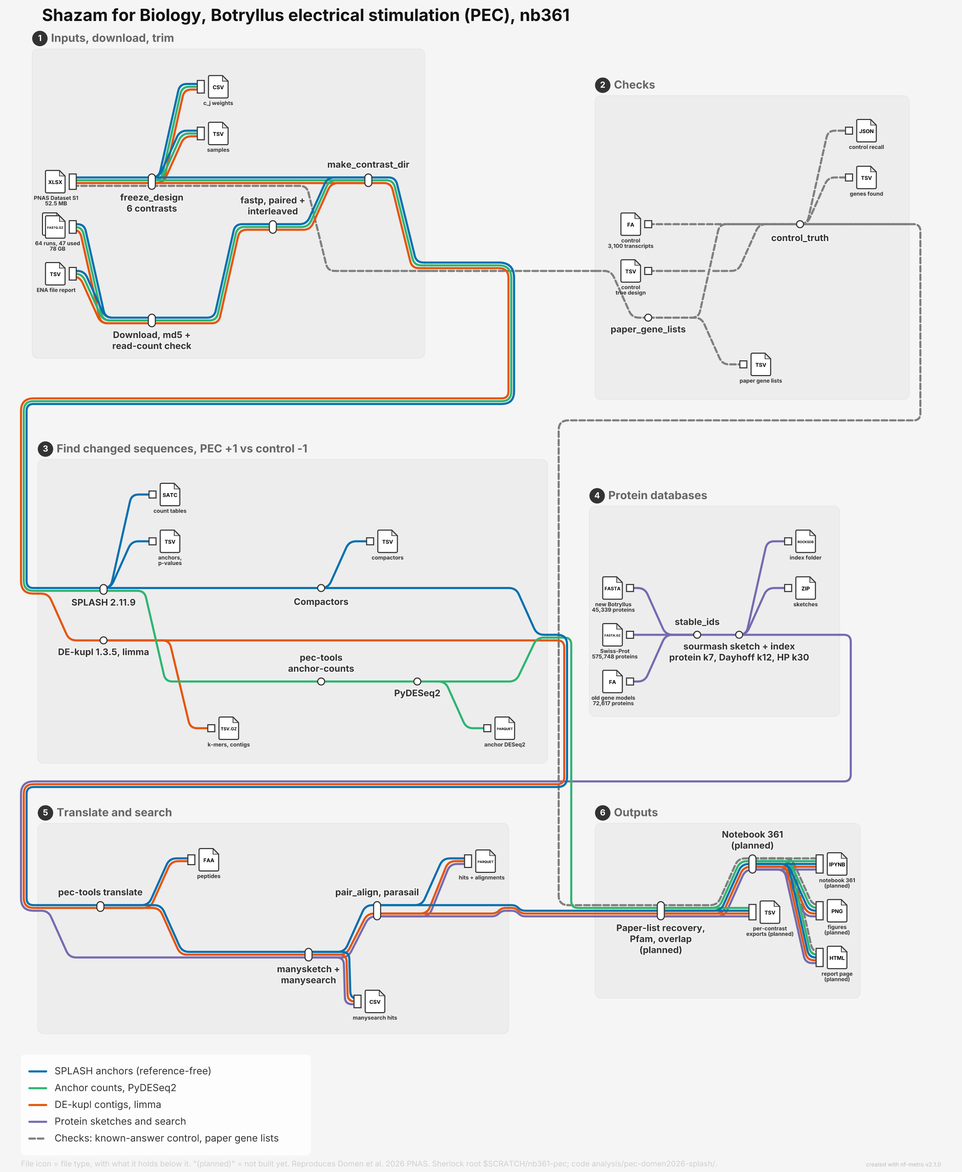
The Mermaid diagram docs/shazam-workflows/shazam_pec_nb361_metro.png in seanome/2024-kmerseek-analysis, before a commit. Its source is kept beside it as docs/shazam-workflows/shazam_pec_nb361_metro.mmd.
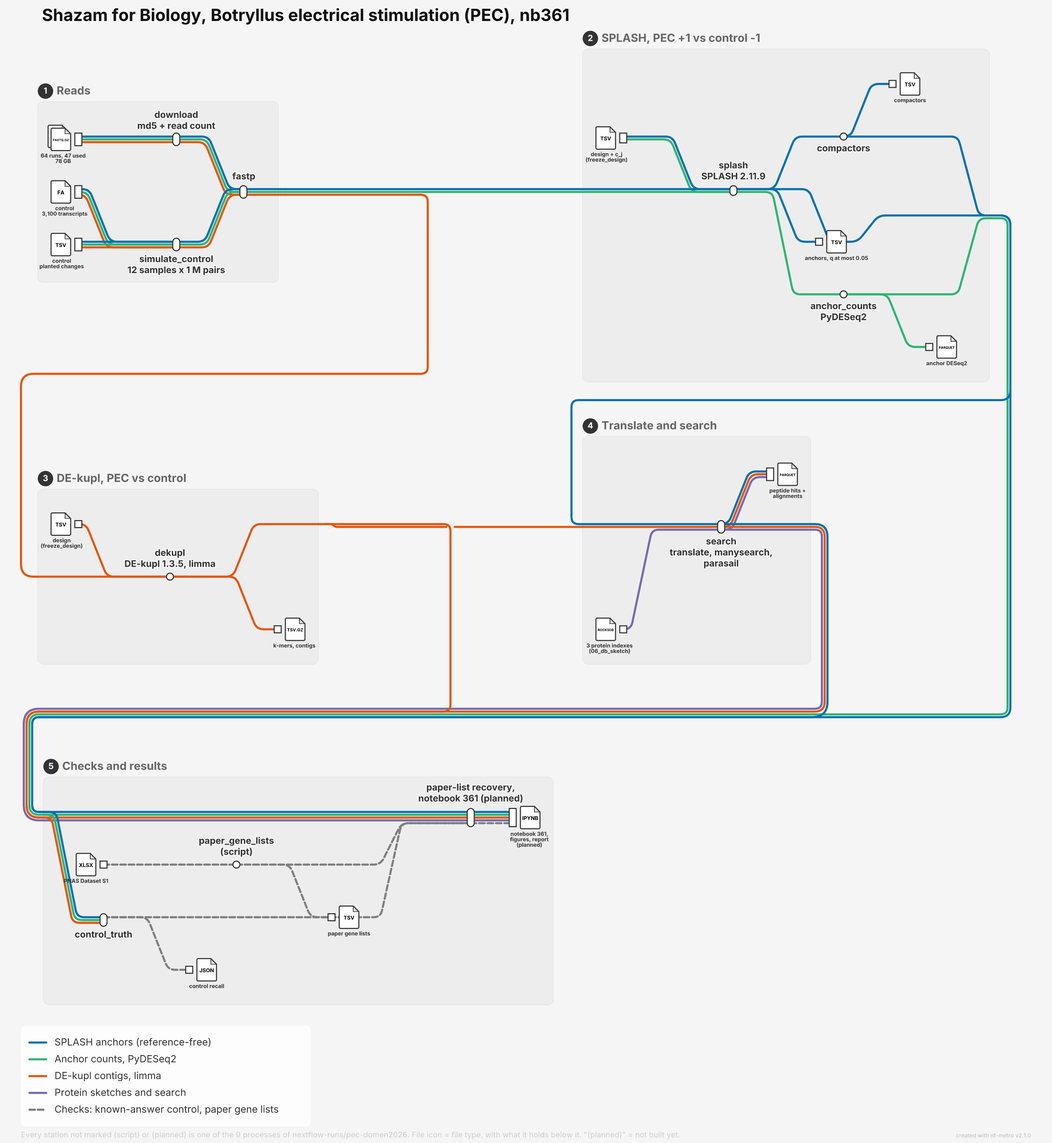
After the commit.

Commit message:
PEC nb361 metro map: one station per Nextflow process

Diff of the diagram source:
```diff
@@ -1,118 +1,78 @@
 
 graph LR
-    subgraph inputs [Inputs, download, trim]
+    subgraph reads [Reads]
         reads_in[ ]
-        ena_in[ ]
-        si_in[ ]
-        download[Download, md5 +\nread-count check]
-        freeze[freeze_design\n6 contrasts]
-        fastp[fastp, paired +\ninterleaved]
-        contrast[make_contrast_dir]
-        cjs_out[ ]
-        design_out[ ]
+        ctrlfa_in[ ]
+        ctrltsv_in[ ]
+        download[download\nmd5 + read count]
+        simulate_control[simulate_control\n12 samples x 1 M pairs]
+        fastp[fastp]
 
         reads_in -->|splash,counts,dekupl| download
-        ena_in -->|splash,counts,dekupl| download
         download -->|splash,counts,dekupl| fastp
-        si_in -->|splash,counts,dekupl,check| freeze
-        fastp -->|splash,counts,dekupl| contrast
-        freeze -->|splash,counts,dekupl| contrast
-        freeze -->|splash,counts,dekupl| cjs_out
-        freeze -->|splash,counts,dekupl| design_out
+        ctrlfa_in -->|splash,counts,dekupl| simulate_control
+        ctrltsv_in -->|splash,counts,dekupl| simulate_control
+        simulate_control -->|splash,counts,dekupl| fastp
     end
 
-    subgraph dbs [Protein databases]
-        newprot_in[ ]
-        sprot_in[ ]
-        oldprot_in[ ]
-        stableids[stable_ids]
-        sketchdb[sourmash sketch + index\nprotein k7, Dayhoff k12, HP k30]
-        zip_out[ ]
-        rocks_out[ ]
+    subgraph find [SPLASH, PEC +1 vs control -1]
+        design_in[ ]
+        splash[splash\nSPLASH 2.11.9]
+        compactors[compactors]
+        anchor_counts[anchor_counts\nPyDESeq2]
+        anch_out[ ]
+        comp_out[ ]
+        deseq_out[ ]
 
-        newprot_in -->|protein| stableids
-        sprot_in -->|protein| stableids
-        oldprot_in -->|protein| stableids
-        stableids -->|protein| sketchdb
-        sketchdb -->|protein| zip_out
-        sketchdb -->|protein| rocks_out
+        design_in -->|splash,counts| splash
+        splash -->|splash| compactors
+        splash -->|splash| anch_out
+        compactors -->|splash| comp_out
+        splash -->|counts| anchor_counts
+        anchor_counts -->|counts| deseq_out
     end
 
-    subgraph find [Find changed sequences, PEC +1 vs control -1]
-        splash_run[SPLASH 2.11.9]
-        compactors[Compactors]
-        anchorcounts[pec-tools\nanchor-counts]
-        deseq[PyDESeq2]
-        dekupl_run[DE-kupl 1.3.5, limma]
-        anch_out[ ]
-        satc_out[ ]
-        comp_out[ ]
-        deseq_out[ ]
+    subgraph dk [DE-kupl, PEC vs control]
+        design_dk[ ]
+        dekupl[dekupl\nDE-kupl 1.3.5, limma]
         dekupl_out[ ]
 
-        splash_run -->|splash| compactors
-        splash_run -->|splash| anch_out
-        splash_run -->|splash| satc_out
-        compactors -->|splash| comp_out
-        splash_run -->|counts| anchorcounts
-        anchorcounts -->|counts| deseq
-        deseq -->|counts| deseq_out
-        dekupl_run -->|dekupl| dekupl_out
+        design_dk -->|dekupl| dekupl
+        dekupl -->|dekupl| dekupl_out
     end
 
-    subgraph checks [Checks]
-        ctrlfa_in[ ]
-        ctrltsv_in[ ]
-        ctrlscore[control_truth]
-        paperlists[paper_gene_lists]
-        ctrlj_out[ ]
-        ctrlt_out[ ]
-        paper_out[ ]
+    subgraph srch [Translate and search]
+        db_in[ ]
+        search[search\ntranslate, manysearch,\nparasail]
+        aln_out[ ]
 
-        ctrlfa_in -->|check| ctrlscore
-        ctrltsv_in -->|check| ctrlscore
-        ctrlscore -->|check| ctrlj_out
-        ctrlscore -->|check| ctrlt_out
-        paperlists -->|check| paper_out
+        db_in -->|protein| search
+        search -->|splash,dekupl,protein| aln_out
     end
 
-    subgraph search [Translate and search]
-        translate[pec-tools translate]
-        manysearch[manysketch +\nmanysearch]
-        align[pair_align, parasail]
-        pep_out[ ]
-        ms_out[ ]
-        aln_out[ ]
+    subgraph checks [Checks and results]
+        si_in[ ]
+        control_truth[control_truth]
+        paper[paper_gene_lists\n(script)]
+        recover[paper-list recovery,\nnotebook 361 (planned)]
+        ctrlj_out[ ]
+        paper_out[ ]
+        nb_out[ ]
 
-        translate -->|splash,dekupl| manysearch
-        translate -->|splash,dekupl| pep_out
-        manysearch -->|splash,dekupl,protein| align
-        manysearch -->|splash,dekupl,protein| ms_out
-        align -->|splash,dekupl,protein| aln_out
+        control_truth -->|check| ctrlj_out
+        si_in -->|check| paper
+        paper -->|check| paper_out
+        control_truth -->|check| recover
+        paper -->|check| recover
+        recover -->|splash,counts,dekupl,protein,check| nb_out
     end
 
-    subgraph outputs [Outputs]
-        recover[Paper-list recovery,\nPfam, overlap\n(planned)]
-        notebook[Notebook 361\n(planned)]
-        export_out[ ]
-        nb_out[ ]
-        fig_out[ ]
-        page_out[ ]
-
-        recover -->|splash,counts,dekupl,protein| export_out
-        recover -->|splash,counts,dekupl,protein,check| notebook
-        notebook -->|splash,counts,dekupl,protein,check| nb_out
-        notebook -->|splash,counts,dekupl,protein,check| fig_out
-        notebook -->|splash,counts,dekupl,protein,check| page_out
-    end
-
-    contrast -->|splash,counts| splash_run
-    contrast -->|dekupl| dekupl_run
-    freeze -->|check| paperlists
-    compactors -->|splash| translate
-    dekupl_run -->|dekupl| translate
-    sketchdb -->|protein| manysearch
-    deseq -->|counts| recover
-    align -->|splash,dekupl,protein| recover
-    ctrlscore -->|check| recover
-    paperlists -->|check| recover
+    fastp -->|splash,counts| splash
+    fastp -->|dekupl| dekupl
+    compactors -->|splash| search
+    dekupl -->|dekupl| search
+    splash -->|splash| control_truth
+    anchor_counts -->|counts| control_truth
+    dekupl -->|dekupl| control_truth
+    anchor_counts -->|counts| recover
+    search -->|splash,dekupl,protein| recover
```
